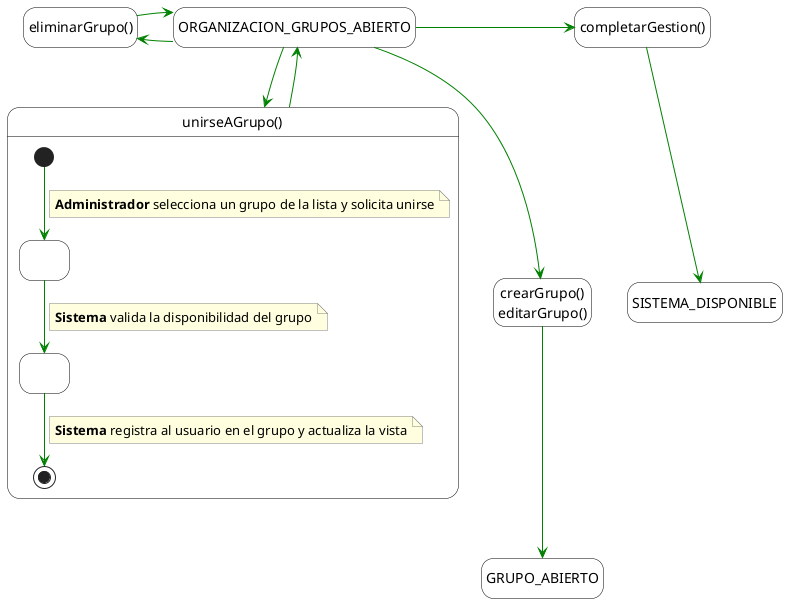
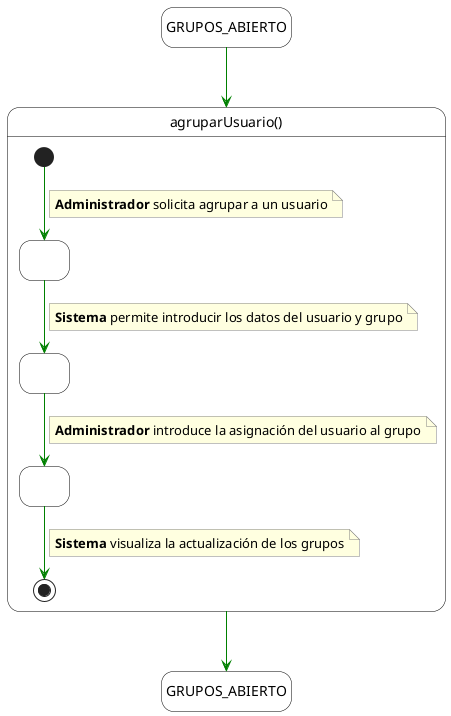
- @startuml
+ @startuml unirseAGrupo
hide empty description

- ' Estilos visuales
skinparam state {
    BackgroundColor White
    BorderColor Black
    ArrowColor Green
}
skinparam note {
    BackgroundColor LightYellow
    BorderColor Gray
}

- ' 1. Entrada (Estado origen: la lista de grupos)
- state ORGANIZACION_GRUPOS_ABIERTO
+ state GRUPOS_ABIERTO

- ' 2. Estado compuesto principal: unirseAGrupo()
- state "unirseAGrupo()" as MainBlock {
+ state "agruparUsuario()" as MainBlock {

    [*] --> Paso1
    note on link
-         **Administrador** selecciona un grupo de la lista y solicita unirse
+         **Administrador** solicita agrupar a un usuario
    end note

    state Paso1 as " "

    Paso1 --> Paso2
    note on link
-         **Sistema** valida la disponibilidad del grupo
+         **Sistema** permite introducir los datos del usuario y grupo
    end note

    state Paso2 as " "

-     Paso2 --> [*]
+     Paso2 --> Paso3
    note on link
-         **Sistema** registra al usuario en el grupo y actualiza la vista
+         **Administrador** introduce la asignación del usuario al grupo
+     end note
+ 
+     state Paso3 as " "
+ 
+     Paso3 --> [*]
+     note on link
+         **Sistema** visualiza la actualización de los grupos
    end note
}

- ' Conexión de entrada
- ORGANIZACION_GRUPOS_ABIERTO -down-> MainBlock
+ state "GRUPOS_ABIERTO" as GRUPOS_ABIERTO_FINAL

- ' 3. Salida (Vuelve al estado de lista según el bucle del diagrama)
- MainBlock -down-> ORGANIZACION_GRUPOS_ABIERTO
- 
- ' 4. Otras operaciones disponibles desde ORGANIZACION_GRUPOS_ABIERTO tras volver
- 
- ' Ir al detalle de un grupo (Crear/Editar)
- state irDetalle as "crearGrupo()\neditarGrupo()"
- ORGANIZACION_GRUPOS_ABIERTO -down-> irDetalle
- state GRUPO_ABIERTO
- irDetalle -down-> GRUPO_ABIERTO
- 
- ' Otro bucle disponible (Eliminar)
- state otroBucle as "eliminarGrupo()"
- ORGANIZACION_GRUPOS_ABIERTO -left-> otroBucle
- otroBucle -right-> ORGANIZACION_GRUPOS_ABIERTO
- 
- ' Salir del sistema
- state salir as "completarGestion()"
- state SISTEMA_DISPONIBLE
- ORGANIZACION_GRUPOS_ABIERTO -right-> salir
- salir -down-> SISTEMA_DISPONIBLE
+ GRUPOS_ABIERTO -down-> MainBlock
+ MainBlock -down-> GRUPOS_ABIERTO_FINAL

@enduml